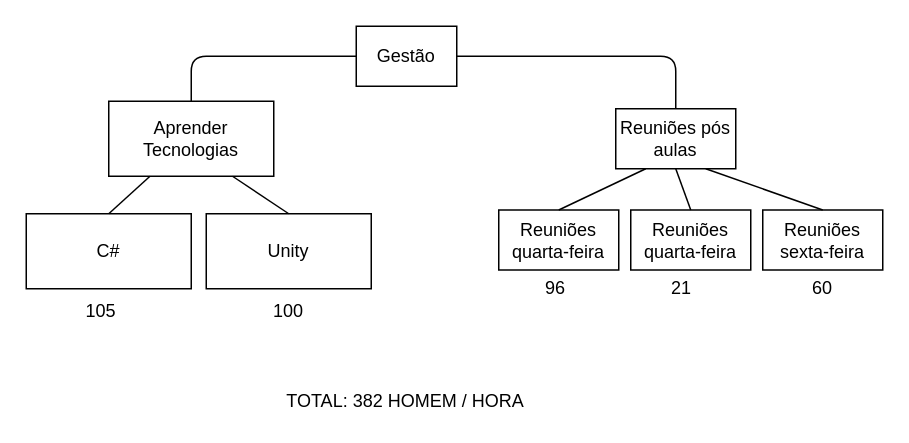
Earlier version of the draw.io diagram Arquivos de gestão/EAP/Reuniões/EAP Reuniões + Poker.drawio (marcosousa-uff/Rummikuff). Source tidied: cells renumbered, new cells numbered last; positions are measured from the earlier drawing's top-left corner, leaving out a move shared by most shapes. Both pictures are drawn from the tidied source at 150%, with x=0, y=0 at pixel (26, 26).
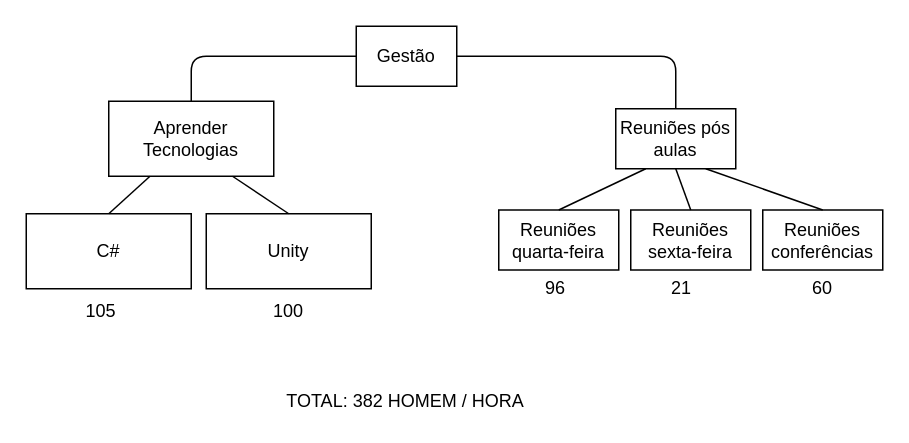
Above is the later version.

Commit message (it also covers changes not shown here):
Correção EAP Reuniões

Diff of the diagram source:
```diff
@@
-    <mxCell id="6" value="Reuniões sexta-feira" style="rounded=0;whiteSpace=wrap;html=1;" parent="1" vertex="1">
+    <mxCell id="6" value="Reuniões conferências" style="rounded=0;whiteSpace=wrap;html=1;" parent="1" vertex="1">
       <mxGeometry x="491" y="122.5" width="80" height="40" as="geometry" />
     </mxCell>
@@
-    <mxCell id="18" value="Reuniões quarta-feira" style="rounded=0;whiteSpace=wrap;html=1;" parent="1" vertex="1">
+    <mxCell id="18" value="Reuniões sexta-feira" style="rounded=0;whiteSpace=wrap;html=1;" parent="1" vertex="1">
       <mxGeometry x="403" y="122.5" width="80" height="40" as="geometry" />
     </mxCell>
```
